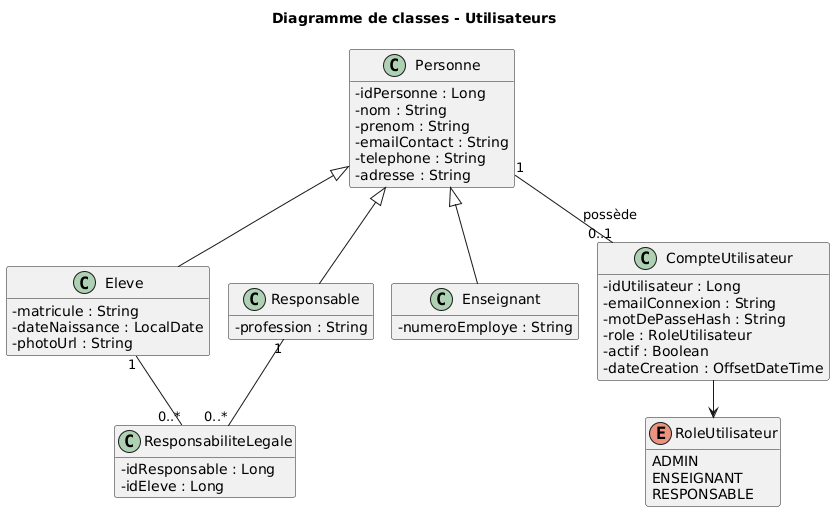
This is docs/uml/diagramme-classes-utilisateurs.png from Florian2524/gestion-eleves, a PlantUML export, as it was before one commit. The source it was exported from:
```plantuml
@startuml
!pragma layout smetana
title Diagramme de classes - Utilisateurs

top to bottom direction
skinparam shadowing false
skinparam classAttributeIconSize 0
skinparam linetype ortho
hide empty methods

class Personne {
  - idPersonne : Long
  - nom : String
  - prenom : String
  - emailContact : String
  - telephone : String
  - adresse : String
}

class Eleve {
  - matricule : String
  - dateNaissance : LocalDate
  - photoUrl : String
}

class Responsable {
  - profession : String
}

class Enseignant {
  - numeroEmploye : String
}

class CompteUtilisateur {
  - idUtilisateur : Long
  - emailConnexion : String
  - motDePasseHash : String
  - role : RoleUtilisateur
  - actif : Boolean
  - dateCreation : OffsetDateTime
}

enum RoleUtilisateur {
  ADMIN
  ENSEIGNANT
  RESPONSABLE
}

class ResponsabiliteLegale {
  - idResponsable : Long
  - idEleve : Long
}

Personne <|-- Eleve
Personne <|-- Responsable
Personne <|-- Enseignant

Personne "1" -- "0..1" CompteUtilisateur : possède
CompteUtilisateur --> RoleUtilisateur

Responsable "1" -- "0..*" ResponsabiliteLegale
Eleve "1" -- "0..*" ResponsabiliteLegale

@enduml
```
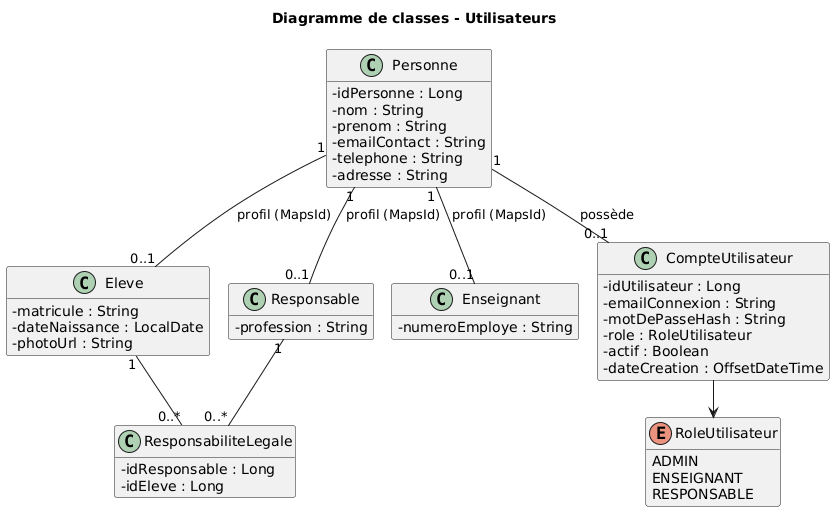
Above is the later version.

What changed in the source:
```diff
@@ -51,9 +51,9 @@
   - idEleve : Long
 }
 
-Personne <|-- Eleve
-Personne <|-- Responsable
-Personne <|-- Enseignant
+Personne "1" -- "0..1" Eleve : profil (MapsId)
+Personne "1" -- "0..1" Responsable : profil (MapsId)
+Personne "1" -- "0..1" Enseignant : profil (MapsId)
 
 Personne "1" -- "0..1" CompteUtilisateur : possède
 CompteUtilisateur --> RoleUtilisateur
```
